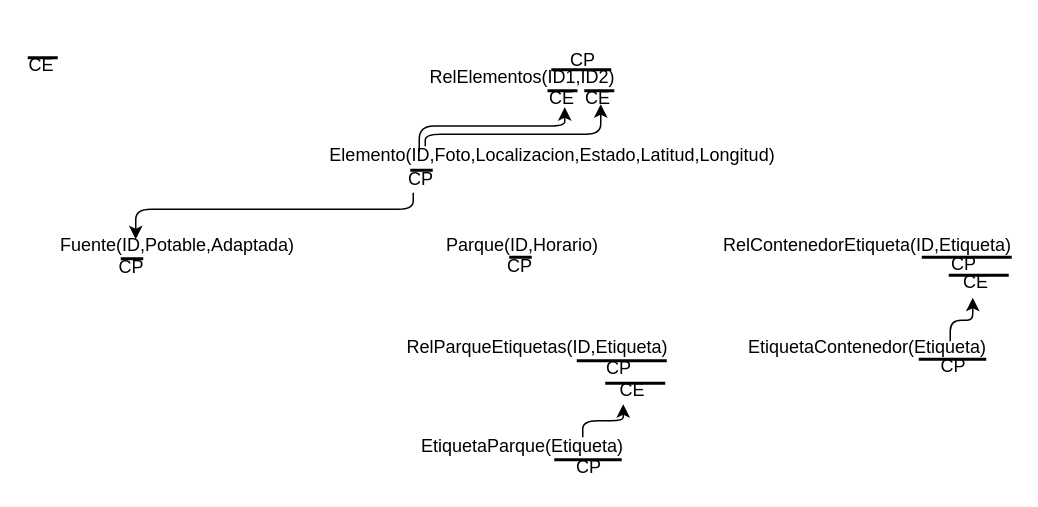
This is Prácticas/plantillas/PasoATablas.drawio from Lauragg/MDA, a draw.io file, before an edit. Source tidied: cells renumbered, new cells numbered last; positions are measured from the earlier drawing's top-left corner, leaving out a move shared by most shapes. Both pictures are drawn from the tidied source at 150%, with x=0, y=0 at pixel (26, 45).
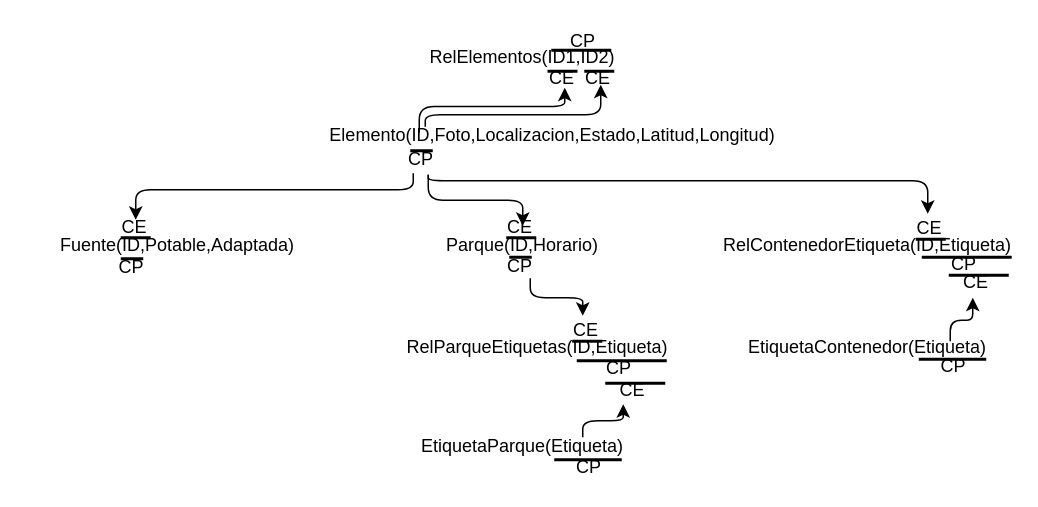
The same page after the edit.

Commit message (it also covers changes not shown here):
Finalizado paso a tablas

Diff of the diagram source:
```diff
@@
     <mxCell id="2" value="&lt;div&gt;Elemento(ID,Foto,Localizacion,Estado,Latitud,Longitud)&lt;/div&gt;" style="text;html=1;strokeColor=none;fillColor=none;align=center;verticalAlign=middle;whiteSpace=wrap;rounded=0;" parent="1" vertex="1">
-      <mxGeometry x="331" y="63" width="40" height="20" as="geometry" />
+      <mxGeometry x="331" y="50" width="40" height="20" as="geometry" />
     </mxCell>
@@
     <mxCell id="7" value="RelElementos(ID1,ID2)" style="text;html=1;strokeColor=none;fillColor=none;align=center;verticalAlign=middle;whiteSpace=wrap;rounded=0;" parent="1" vertex="1">
-      <mxGeometry x="311" y="11" width="40" height="20" as="geometry" />
+      <mxGeometry x="311" y="-2" width="40" height="20" as="geometry" />
     </mxCell>
@@
     <mxCell id="10" style="line;strokeWidth=2;html=1;" parent="1" vertex="1">
-      <mxGeometry x="1" y="3" width="20" height="10" as="geometry" />
+      <mxGeometry x="364" y="192" width="20" height="10" as="geometry" />
     </mxCell>
     <mxCell id="11" value="CE" style="text;html=1;points=[];align=left;verticalAlign=top;spacingTop=-4;" parent="1" vertex="1">
-      <mxGeometry y="3" width="30" height="20" as="geometry" />
+      <mxGeometry x="363" y="180" width="30" height="20" as="geometry" />
     </mxCell>
     <mxCell id="12" style="line;strokeWidth=2;html=1;" parent="1" vertex="1">
-      <mxGeometry x="256" y="78" width="15" height="10" as="geometry" />
+      <mxGeometry x="256" y="65" width="15" height="10" as="geometry" />
     </mxCell>
     <mxCell id="13" value="CP" style="text;html=1;points=[];align=left;verticalAlign=top;spacingTop=-4;" parent="1" vertex="1">
-      <mxGeometry x="253" y="79" width="30" height="20" as="geometry" />
+      <mxGeometry x="253" y="66" width="30" height="20" as="geometry" />
     </mxCell>
@@
     <mxCell id="18" style="line;strokeWidth=2;html=1;" parent="1" vertex="1">
-      <mxGeometry x="350" y="11" width="40" height="10" as="geometry" />
+      <mxGeometry x="350" y="-2" width="40" height="10" as="geometry" />
     </mxCell>
     <mxCell id="19" value="CP" style="text;html=1;align=left;verticalAlign=top;spacingTop=-4;" parent="1" vertex="1">
-      <mxGeometry x="361" width="30" height="20" as="geometry" />
+      <mxGeometry x="361" y="-13" width="30" height="20" as="geometry" />
     </mxCell>
@@
     <mxCell id="34" style="line;strokeWidth=2;html=1;" parent="1" vertex="1">
-      <mxGeometry x="347.5" y="25" width="20" height="10" as="geometry" />
+      <mxGeometry x="347.5" y="12" width="20" height="10" as="geometry" />
     </mxCell>
     <mxCell id="35" value="CE" style="text;html=1;align=left;verticalAlign=top;spacingTop=-4;" parent="1" vertex="1">
-      <mxGeometry x="346.5" y="25" width="30" height="20" as="geometry" />
+      <mxGeometry x="346.5" y="12" width="30" height="20" as="geometry" />
     </mxCell>
     <mxCell id="36" style="line;strokeWidth=2;html=1;" parent="1" vertex="1">
-      <mxGeometry x="372" y="25" width="20" height="10" as="geometry" />
+      <mxGeometry x="372" y="12" width="20" height="10" as="geometry" />
     </mxCell>
     <mxCell id="37" value="CE" style="text;html=1;align=left;verticalAlign=top;spacingTop=-4;" parent="1" vertex="1">
-      <mxGeometry x="371" y="25" width="30" height="20" as="geometry" />
+      <mxGeometry x="371" y="12" width="30" height="20" as="geometry" />
     </mxCell>
     <mxCell id="38" style="edgeStyle=elbowEdgeStyle;elbow=vertical;endArrow=classic;html=1;" parent="1" edge="1">
       <mxGeometry relative="1" as="geometry">
-        <mxPoint x="266" y="67" as="sourcePoint" />
-        <mxPoint x="383" y="39" as="targetPoint" />
+        <mxPoint x="266" y="54" as="sourcePoint" />
+        <mxPoint x="383" y="26" as="targetPoint" />
         <Array as="points">
-          <mxPoint x="326" y="59" />
+          <mxPoint x="326" y="46" />
         </Array>
       </mxGeometry>
     </mxCell>
     <mxCell id="39" style="edgeStyle=elbowEdgeStyle;elbow=vertical;endArrow=classic;html=1;" parent="1" edge="1">
       <mxGeometry relative="1" as="geometry">
-        <mxPoint x="262" y="71" as="sourcePoint" />
-        <mxPoint x="359" y="41" as="targetPoint" />
+        <mxPoint x="262" y="58" as="sourcePoint" />
+        <mxPoint x="359" y="28" as="targetPoint" />
         <Array as="points">
-          <mxPoint x="302" y="53.5" />
+          <mxPoint x="302" y="40.5" />
         </Array>
       </mxGeometry>
     </mxCell>
     <mxCell id="40" style="edgeStyle=elbowEdgeStyle;elbow=vertical;endArrow=classic;html=1;exitX=0.1;exitY=1.15;exitDx=0;exitDy=0;exitPerimeter=0;" parent="1" edge="1">
       <mxGeometry relative="1" as="geometry">
-        <mxPoint x="258" y="98" as="sourcePoint" />
-        <mxPoint x="73" y="129" as="targetPoint" />
+        <mxPoint x="258" y="85" as="sourcePoint" />
+        <mxPoint x="73" y="116" as="targetPoint" />
         <Array as="points">
-          <mxPoint x="163" y="109" />
+          <mxPoint x="163" y="96" />
         </Array>
       </mxGeometry>
     </mxCell>
+    <mxCell id="41" style="line;strokeWidth=2;html=1;" parent="1" vertex="1">
+      <mxGeometry x="63" y="123" width="20" height="10" as="geometry" />
+    </mxCell>
+    <mxCell id="42" value="CE" style="text;html=1;align=left;verticalAlign=top;spacingTop=-4;" parent="1" vertex="1">
+      <mxGeometry x="62" y="111" width="30" height="20" as="geometry" />
+    </mxCell>
+    <mxCell id="43" style="line;strokeWidth=2;html=1;" parent="1" vertex="1">
+      <mxGeometry x="320" y="123" width="20" height="10" as="geometry" />
+    </mxCell>
+    <mxCell id="44" value="CE" style="text;html=1;align=left;verticalAlign=top;spacingTop=-4;" parent="1" vertex="1">
+      <mxGeometry x="319" y="111" width="30" height="20" as="geometry" />
+    </mxCell>
+    <mxCell id="45" style="line;strokeWidth=2;html=1;" parent="1" vertex="1">
+      <mxGeometry x="593" y="124" width="20" height="10" as="geometry" />
+    </mxCell>
+    <mxCell id="46" value="CE" style="text;html=1;align=left;verticalAlign=top;spacingTop=-4;" parent="1" vertex="1">
+      <mxGeometry x="592" y="112" width="30" height="20" as="geometry" />
+    </mxCell>
+    <mxCell id="47" style="endArrow=classic;html=1;edgeStyle=elbowEdgeStyle;elbow=vertical;" parent="1" edge="1" source="13">
+      <mxGeometry relative="1" as="geometry">
+        <mxPoint x="331" y="120" as="targetPoint" />
+        <Array as="points">
+          <mxPoint x="331" y="103" />
+        </Array>
+      </mxGeometry>
+    </mxCell>
+    <mxCell id="48" style="endArrow=classic;html=1;edgeStyle=orthogonalEdgeStyle;" parent="1" edge="1" source="13">
+      <mxGeometry relative="1" as="geometry">
+        <mxPoint x="601" y="112" as="targetPoint" />
+        <Array as="points">
+          <mxPoint x="268" y="90" />
+          <mxPoint x="601" y="90" />
+        </Array>
+      </mxGeometry>
+    </mxCell>
+    <mxCell id="49" style="endArrow=classic;html=1;exitX=0.567;exitY=1;exitDx=0;exitDy=0;exitPerimeter=0;edgeStyle=orthogonalEdgeStyle;" parent="1" edge="1" target="11">
+      <mxGeometry relative="1" as="geometry">
+        <mxPoint x="336" y="155" as="sourcePoint" />
+        <Array as="points">
+          <mxPoint x="336" y="168" />
+          <mxPoint x="371" y="168" />
+        </Array>
+      </mxGeometry>
+    </mxCell>
```
